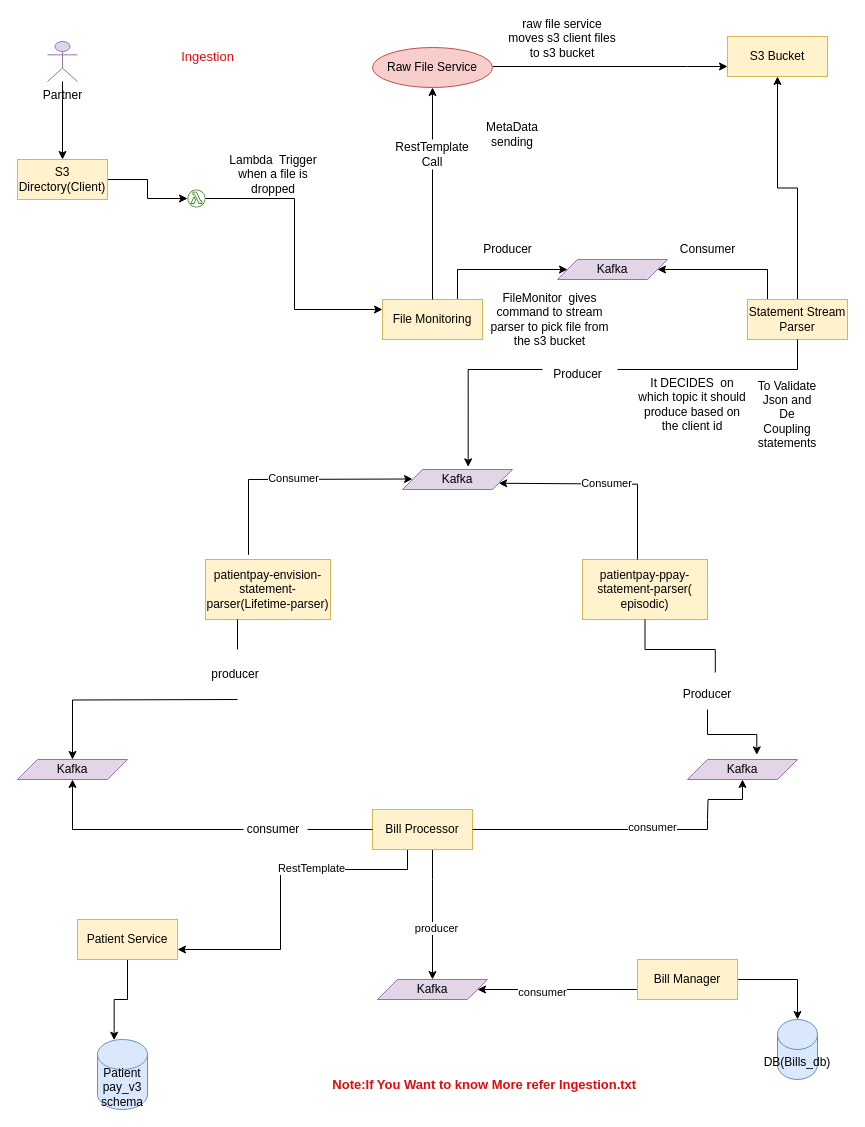
Before: Ingestion.drawio in suchit727/diagrams, a draw.io diagram. Source tidied: cells renumbered, new cells numbered last; positions are measured from the earlier drawing's top-left corner, leaving out a move shared by most shapes. Both pictures are drawn from the tidied source at 100%, with x=0, y=0 at pixel (17, 29).
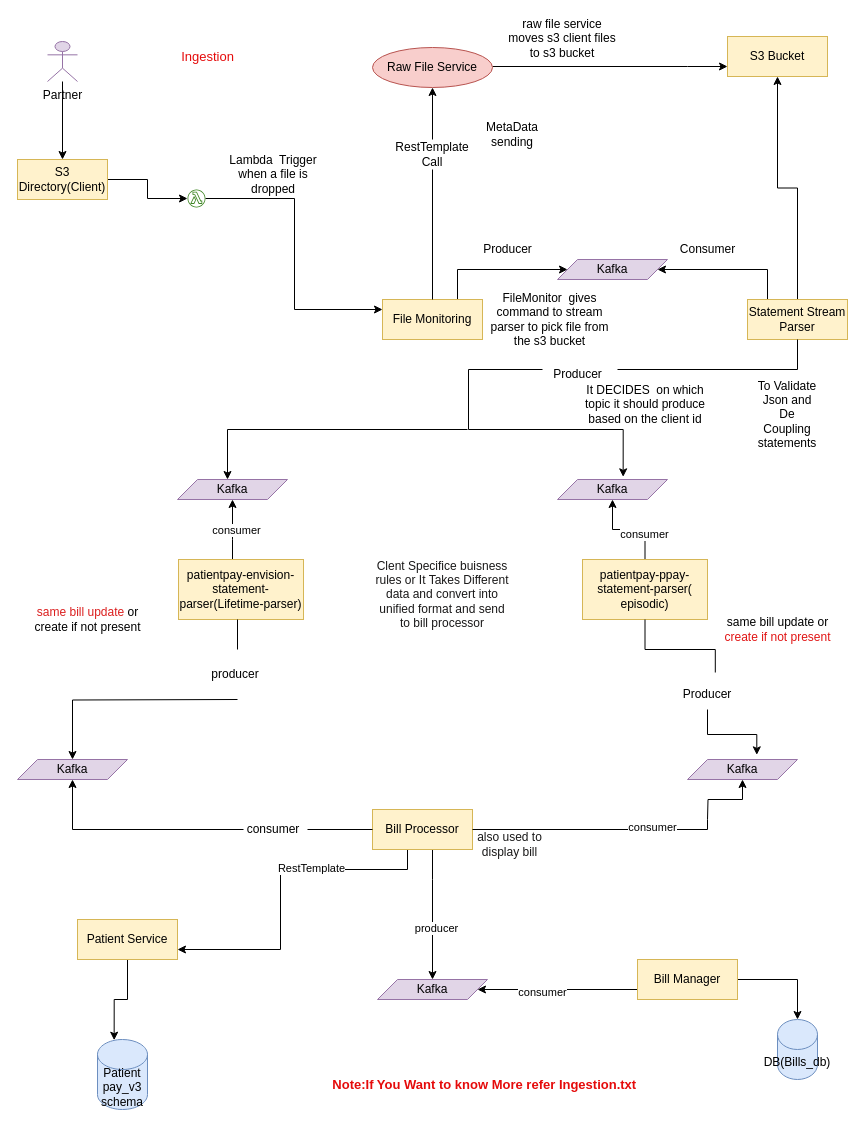
Above is the later version.

Unchanged cells that the change refers to:
```xml
<mxCell id="45" value="patientpay-ppay-statement-parser(&lt;br&gt;episodic)" style="rounded=0;whiteSpace=wrap;html=1;fillColor=#fff2cc;strokeColor=#d6b656;" parent="1" vertex="1">
  <mxGeometry x="565" y="530" width="125" height="60" as="geometry" />
</mxCell>
<mxCell id="48" value="Producer" style="text;html=1;align=center;verticalAlign=middle;points=[];strokeColor=none;fillColor=none;" parent="1" vertex="1">
  <mxGeometry x="525" y="330" width="70" height="30" as="geometry" />
</mxCell>
```

Diff of the diagram source:
```diff
@@
     <mxCell id="20" style="edgeStyle=orthogonalEdgeStyle;rounded=0;jettySize=auto;html=1;entryX=0.597;entryY=-0.133;entryDx=0;entryDy=0;entryPerimeter=0;startArrow=none;" parent="1" edge="1" source="48" target="41">
       <mxGeometry relative="1" as="geometry">
         <Array as="points">
           <mxPoint x="451" y="340" />
+          <mxPoint x="451" y="400" />
+          <mxPoint x="606" y="400" />
         </Array>
       </mxGeometry>
     </mxCell>
@@
+    <mxCell id="68" style="edgeStyle=orthogonalEdgeStyle;rounded=0;jettySize=auto;html=1;" parent="1" edge="1" source="24" target="71">
+      <mxGeometry relative="1" as="geometry">
+        <Array as="points">
+          <mxPoint x="215" y="510" />
+          <mxPoint x="215" y="510" />
+        </Array>
+      </mxGeometry>
+    </mxCell>
     <mxCell id="24" value="patientpay-envision-statement-parser(Lifetime-parser)" style="rounded=0;whiteSpace=wrap;html=1;fillColor=#fff2cc;strokeColor=#d6b656;" parent="1" vertex="1">
-      <mxGeometry x="188" y="530" width="125" height="60" as="geometry" />
+      <mxGeometry x="161" y="530" width="125" height="60" as="geometry" />
     </mxCell>
@@
     <mxCell id="41" value="Kafka" style="shape=parallelogram;perimeter=parallelogramPerimeter;whiteSpace=wrap;html=1;fixedSize=1;fillColor=#e1d5e7;strokeColor=#9673a6;" parent="1" vertex="1">
-      <mxGeometry x="385" y="440" width="110" height="20" as="geometry" />
+      <mxGeometry x="540" y="450" width="110" height="20" as="geometry" />
     </mxCell>
@@
+    <mxCell id="69" style="edgeStyle=orthogonalEdgeStyle;rounded=0;jettySize=auto;html=1;" parent="1" edge="1" source="45" target="41">
+      <mxGeometry relative="1" as="geometry" />
+    </mxCell>
+    <mxCell id="70" value="consumer" style="edgeLabel;html=1;align=center;verticalAlign=middle;" parent="69" vertex="1">
+      <mxGeometry x="-0.44" y="1" relative="1" as="geometry" />
+    </mxCell>
@@
-    <mxCell id="46" style="endArrow=classic;html=1;rounded=0;exitX=0.384;exitY=-0.078;exitDx=0;exitDy=0;exitPerimeter=0;" parent="1" edge="1">
-      <mxGeometry relative="1" as="geometry">
-        <mxPoint x="231" y="525.3" as="sourcePoint" />
-        <mxPoint x="395" y="449.5" as="targetPoint" />
-        <Array as="points">
-          <mxPoint x="231" y="450" />
-        </Array>
-      </mxGeometry>
-    </mxCell>
-    <mxCell id="47" value="Consumer" style="edgeLabel;html=1;align=center;verticalAlign=middle;" parent="46" vertex="1">
-      <mxGeometry relative="1" as="geometry">
-        <mxPoint y="-1" as="offset" />
-      </mxGeometry>
-    </mxCell>
@@
-    <mxCell id="50" style="endArrow=classic;html=1;rounded=0;exitX=0.384;exitY=-0.078;exitDx=0;exitDy=0;exitPerimeter=0;entryX=1;entryY=0.75;entryDx=0;entryDy=0;" parent="1" edge="1" target="41">
-      <mxGeometry relative="1" as="geometry">
-        <mxPoint x="620" y="530" as="sourcePoint" />
-        <Array as="points">
-          <mxPoint x="620" y="454.7" />
-        </Array>
-      </mxGeometry>
-    </mxCell>
-    <mxCell id="51" value="Consumer" style="edgeLabel;html=1;align=center;verticalAlign=middle;" parent="50" vertex="1">
-      <mxGeometry relative="1" as="geometry">
-        <mxPoint y="-1" as="offset" />
-      </mxGeometry>
-    </mxCell>
@@
     <mxCell id="67" value="It DECIDES&amp;nbsp; on which topic it should produce based on the client id" style="text;html=1;strokeColor=none;fillColor=none;align=center;verticalAlign=middle;whiteSpace=wrap;rounded=0;" parent="1" vertex="1">
-      <mxGeometry x="620" y="350" width="110" height="50" as="geometry" />
+      <mxGeometry x="557.5" y="350" width="140" height="50" as="geometry" />
     </mxCell>
+    <mxCell id="71" value="Kafka" style="shape=parallelogram;perimeter=parallelogramPerimeter;whiteSpace=wrap;html=1;fixedSize=1;fillColor=#e1d5e7;strokeColor=#9673a6;" parent="1" vertex="1">
+      <mxGeometry x="160" y="450" width="110" height="20" as="geometry" />
+    </mxCell>
+    <mxCell id="72" style="endArrow=classic;html=1;rounded=0;" parent="1" edge="1">
+      <mxGeometry relative="1" as="geometry">
+        <mxPoint x="450" y="400" as="sourcePoint" />
+        <mxPoint x="210" y="450" as="targetPoint" />
+        <Array as="points">
+          <mxPoint x="210" y="400" />
+        </Array>
+      </mxGeometry>
+    </mxCell>
+    <mxCell id="73" value="consumer" style="edgeLabel;html=1;align=center;verticalAlign=middle;" parent="1" vertex="1">
+      <mxGeometry x="218" y="500" as="geometry" />
+    </mxCell>
+    <mxCell id="74" value="&lt;font color=&quot;#db1f1f&quot;&gt;same bill update&lt;/font&gt; or &lt;br&gt;create if not present" style="text;html=1;align=center;verticalAlign=middle;strokeColor=none;fillColor=none;" parent="1" vertex="1">
+      <mxGeometry x="5" y="570" width="130" height="40" as="geometry" />
+    </mxCell>
+    <mxCell id="75" value="same bill update or &lt;br&gt;&lt;font color=&quot;#e11414&quot;&gt;create if not present&lt;/font&gt;" style="text;html=1;align=center;verticalAlign=middle;strokeColor=none;fillColor=none;" parent="1" vertex="1">
+      <mxGeometry x="695" y="580" width="130" height="40" as="geometry" />
+    </mxCell>
+    <mxCell id="76" value="Clent Specifice buisness rules or It Takes Different data and convert into unified format and send to bill processor" style="text;html=1;strokeColor=none;fillColor=none;align=center;verticalAlign=middle;whiteSpace=wrap;rounded=0;fontColor=#1a1919;" parent="1" vertex="1">
+      <mxGeometry x="355" y="550" width="140" height="30" as="geometry" />
+    </mxCell>
+    <mxCell id="77" value="also used to display bill" style="text;html=1;strokeColor=none;fillColor=none;align=center;verticalAlign=middle;whiteSpace=wrap;rounded=0;fontColor=#1a1919;" parent="1" vertex="1">
+      <mxGeometry x="455" y="800" width="75" height="30" as="geometry" />
+    </mxCell>
```
